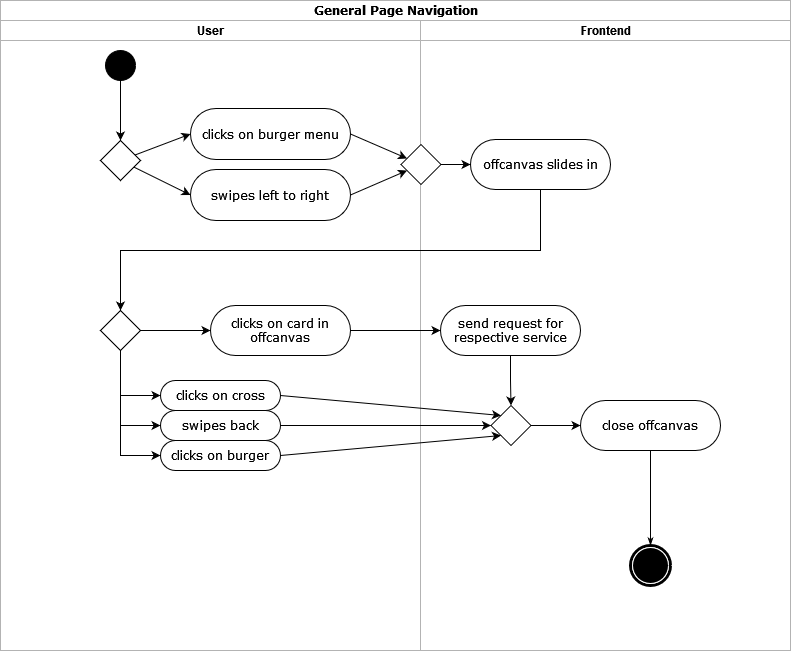
This is docs/activity_diagrams/AD4_general_navigation.png from clueless-capybaras/dhbw-community-dashboard, a draw.io export, as it was before one commit. Source tidied: cells renumbered, new cells last; positions are measured from the earlier drawing's top-left corner, leaving out a move shared by most shapes.
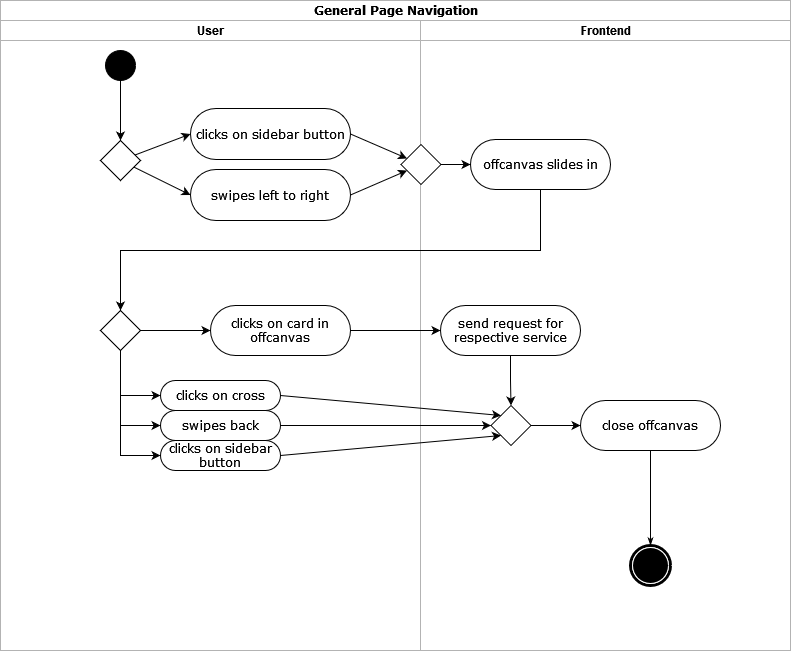
The same file after the commit.

The edit, as a diff of the source:
```diff
@@ -8,7 +8,7 @@
     <mxCell id="3" value="User" style="swimlane;html=1;startSize=20;strokeColor=#B3B3B3;strokeWidth=1;" parent="2" vertex="1">
       <mxGeometry y="20" width="420" height="630" as="geometry" />
     </mxCell>
-    <mxCell id="4" value="clicks on burger menu" style="rounded=1;whiteSpace=wrap;html=1;shadow=0;comic=0;labelBackgroundColor=none;strokeWidth=1;fontFamily=Verdana;fontSize=12;align=center;arcSize=50;" parent="3" vertex="1">
+    <mxCell id="4" value="clicks on sidebar button" style="rounded=1;whiteSpace=wrap;html=1;shadow=0;comic=0;labelBackgroundColor=none;strokeWidth=1;fontFamily=Verdana;fontSize=12;align=center;arcSize=50;" parent="3" vertex="1">
       <mxGeometry x="190" y="88" width="160" height="51" as="geometry" />
     </mxCell>
     <mxCell id="5" style="edgeStyle=orthogonalEdgeStyle;rounded=0;jettySize=auto;html=1;entryX=0.5;entryY=0;entryDx=0;entryDy=0;" parent="3" edge="1" source="6" target="16">
@@ -29,7 +29,7 @@
     <mxCell id="10" value="clicks on cross" style="rounded=1;whiteSpace=wrap;html=1;shadow=0;comic=0;labelBackgroundColor=none;strokeWidth=1;fontFamily=Verdana;fontSize=12;align=center;arcSize=50;" parent="3" vertex="1">
       <mxGeometry x="160" y="360" width="120" height="30" as="geometry" />
     </mxCell>
-    <mxCell id="11" value="clicks on burger" style="rounded=1;whiteSpace=wrap;html=1;shadow=0;comic=0;labelBackgroundColor=none;strokeWidth=1;fontFamily=Verdana;fontSize=12;align=center;arcSize=50;" parent="3" vertex="1">
+    <mxCell id="11" value="clicks on sidebar button" style="rounded=1;whiteSpace=wrap;html=1;shadow=0;comic=0;labelBackgroundColor=none;strokeWidth=1;fontFamily=Verdana;fontSize=12;align=center;arcSize=50;" parent="3" vertex="1">
       <mxGeometry x="160" y="420" width="120" height="30" as="geometry" />
     </mxCell>
     <mxCell id="12" value="swipes back" style="rounded=1;whiteSpace=wrap;html=1;shadow=0;comic=0;labelBackgroundColor=none;strokeWidth=1;fontFamily=Verdana;fontSize=12;align=center;arcSize=50;" parent="3" vertex="1">
```
